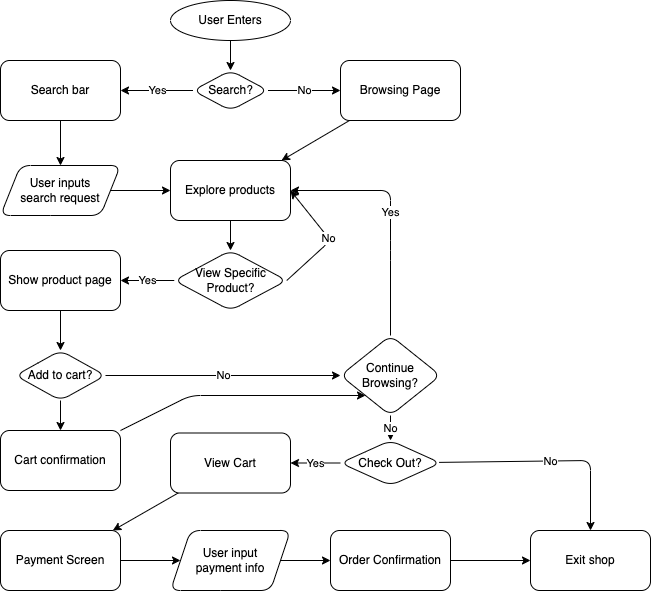
The draw.io diagram explore/diagramming/diagram.drawio.png in uliyaah/sp24-cse110-lab4, before a commit. Source tidied: cells renumbered, new cells last; positions are measured from the earlier drawing's top-left corner, leaving out a move shared by most shapes.
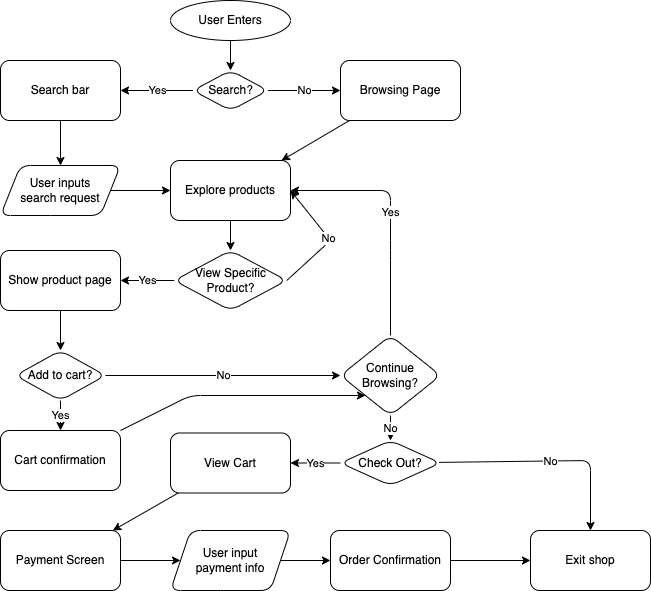
Later version of the same file.

Diff of the diagram source:
```diff
@@ -63,7 +63,7 @@
     <mxCell id="20" value="No" style="edgeStyle=none;html=1;" parent="1" edge="1" source="22" target="25">
       <mxGeometry relative="1" as="geometry" />
     </mxCell>
-    <mxCell id="21" style="edgeStyle=none;html=1;" parent="1" edge="1" source="22" target="28">
+    <mxCell id="21" value="Yes" style="edgeStyle=none;html=1;" parent="1" edge="1" source="22" target="28">
       <mxGeometry relative="1" as="geometry" />
     </mxCell>
     <mxCell id="22" value="Add to cart?" style="rhombus;whiteSpace=wrap;html=1;rounded=1;" parent="1" vertex="1">
```
